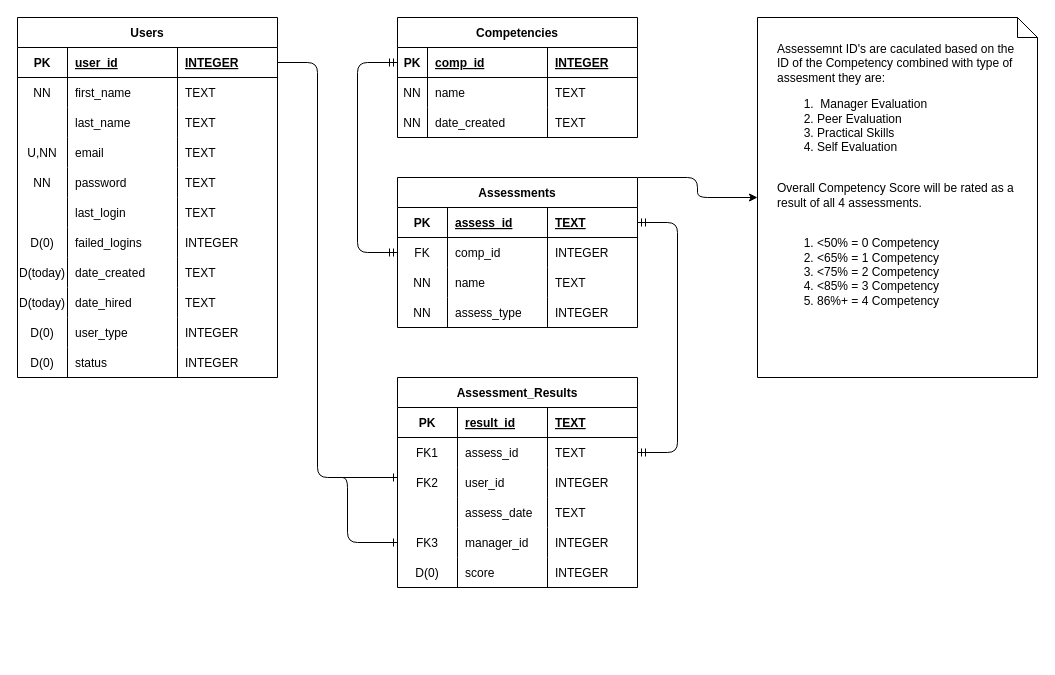
darthcircuit/capstone_project keeps this draw.io diagram as erd.drawio. Above is the earlier version. Source tidied: cells renumbered, new cells numbered last; positions are measured from the earlier drawing's top-left corner, leaving out a move shared by most shapes. Both pictures are drawn from the tidied source at 100%, with x=0, y=0 at pixel (17, 17).
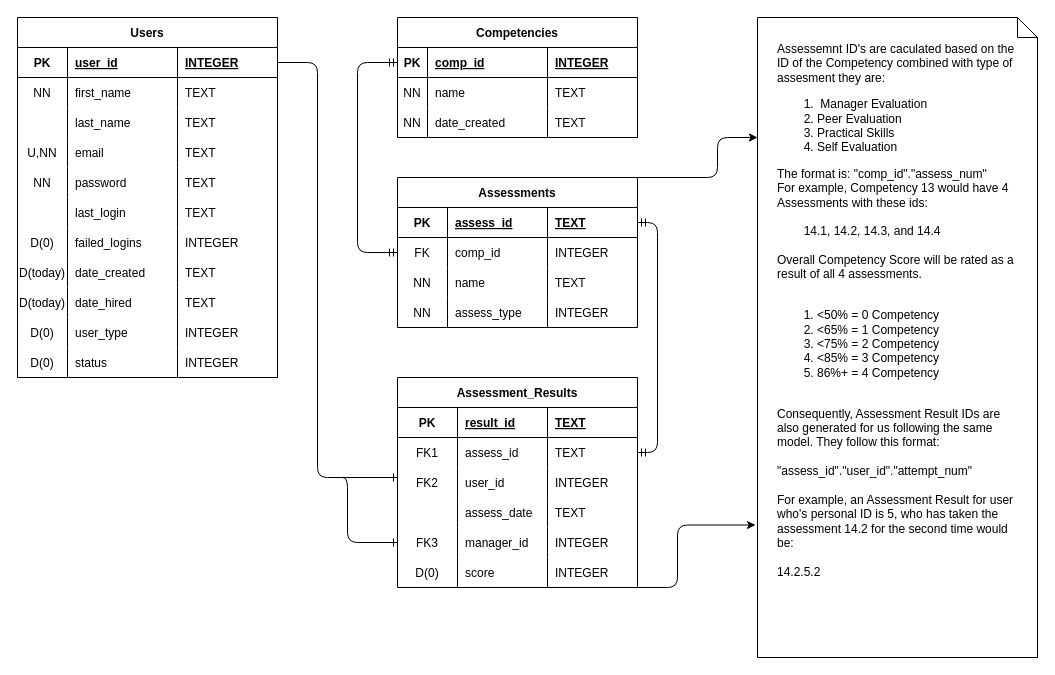
The same page after the edit.

The change refers to these unchanged cells:
```xml
<mxCell id="52" style="shape=partialRectangle;fillColor=none;top=0;left=0;bottom=0;right=0;points=[[0,0.5],[1,0.5]];portConstraint=eastwest;" parent="47" vertex="1">
  <mxGeometry y="60" width="240" height="30" as="geometry" />
</mxCell>
<mxCell id="68" style="shape=partialRectangle;fillColor=none;top=0;left=0;bottom=0;right=0;points=[[0,0.5],[1,0.5]];portConstraint=eastwest;" parent="47" vertex="1">
  <mxGeometry y="180" width="240" height="30" as="geometry" />
</mxCell>
<mxCell id="86" value="Assessments" style="shape=table;startSize=30;childLayout=tableLayout;rowLines=0;fontStyle=1;align=center;" parent="1" vertex="1">
  <mxGeometry x="380" y="160" width="240" height="150" as="geometry" />
</mxCell>
<mxCell id="87" style="shape=partialRectangle;fillColor=none;top=0;left=0;bottom=1;right=0;points=[[0,0.5],[1,0.5]];portConstraint=eastwest;" parent="86" vertex="1">
  <mxGeometry y="30" width="240" height="30" as="geometry" />
</mxCell>
```

Diff of the diagram source:
```diff
@@
     <mxCell id="85" style="edgeStyle=elbowEdgeStyle;html=1;exitX=1;exitY=0;exitDx=0;exitDy=0;" parent="1" edge="1" source="86" target="105">
-      <mxGeometry relative="1" as="geometry" />
+      <mxGeometry relative="1" as="geometry">
+        <Array as="points">
+          <mxPoint x="700" y="120" />
+          <mxPoint x="660" y="200" />
+          <mxPoint x="660" y="170" />
+        </Array>
+      </mxGeometry>
     </mxCell>
@@
     <mxCell id="103" style="edgeStyle=elbowEdgeStyle;fontSize=12;html=1;endArrow=ERmandOne;startArrow=ERmandOne;entryX=1;entryY=0.5;entryDx=0;entryDy=0;" parent="1" edge="1" source="52" target="87">
       <mxGeometry relative="1" as="geometry">
         <Array as="points">
+          <mxPoint x="640" y="300" />
+          <mxPoint x="630" y="360" />
+          <mxPoint x="640" y="330" />
           <mxPoint x="660" y="350" />
           <mxPoint x="670" y="350" />
         </Array>
       </mxGeometry>
     </mxCell>
@@
-    <mxCell id="105" value="Assessemnt ID's are caculated based on the ID of the Competency combined with type of assesment they are:&lt;br&gt;&lt;ol&gt;&lt;li style=&quot;&quot;&gt;&lt;span&gt;&amp;nbsp;Manager Evaluation&lt;/span&gt;&lt;br&gt;&lt;/li&gt;&lt;li style=&quot;&quot;&gt;Peer Evaluation&lt;/li&gt;&lt;li style=&quot;&quot;&gt;Practical Skills&lt;/li&gt;&lt;li style=&quot;&quot;&gt;Self Evaluation&lt;/li&gt;&lt;/ol&gt;&lt;br&gt;Overall Competency Score will be rated as a result of all 4 assessments.&lt;br&gt;&lt;br&gt;&lt;ol&gt;&lt;li style=&quot;&quot;&gt;&amp;lt;50% = 0 Competency&lt;/li&gt;&lt;li style=&quot;&quot;&gt;&amp;lt;65% = 1 Competency&lt;/li&gt;&lt;li style=&quot;&quot;&gt;&amp;lt;75% = 2 Competency&lt;/li&gt;&lt;li style=&quot;&quot;&gt;&amp;lt;85% = 3 Competency&lt;/li&gt;&lt;li style=&quot;&quot;&gt;86%+ = 4 Competency&lt;/li&gt;&lt;/ol&gt;" style="shape=note;size=20;html=1;align=left;verticalAlign=top;whiteSpace=wrap;spacing=20;" parent="1" vertex="1">
-      <mxGeometry x="740" width="280" height="360" as="geometry" />
+    <mxCell id="105" value="Assessemnt ID's are caculated based on the ID of the Competency combined with type of assesment they are:&lt;br&gt;&lt;ol&gt;&lt;li&gt;&lt;span&gt;&amp;nbsp;Manager Evaluation&lt;/span&gt;&lt;br&gt;&lt;/li&gt;&lt;li&gt;Peer Evaluation&lt;/li&gt;&lt;li&gt;Practical Skills&lt;/li&gt;&lt;li&gt;Self Evaluation&lt;/li&gt;&lt;/ol&gt;&lt;div&gt;The format is: &quot;comp_id&quot;.&quot;assess_num&quot;&lt;/div&gt;&lt;div&gt;For example, Competency 13 would have 4 Assessments with these ids:&lt;br&gt;&lt;br&gt;&lt;span style=&quot;white-space: pre&quot;&gt;&#9;&lt;/span&gt;14.1, 14.2, 14.3, and 14.4&lt;br&gt;&lt;/div&gt;&lt;br&gt;Overall Competency Score will be rated as a result of all 4 assessments.&lt;br&gt;&lt;br&gt;&lt;ol&gt;&lt;li&gt;&amp;lt;50% = 0 Competency&lt;/li&gt;&lt;li&gt;&amp;lt;65% = 1 Competency&lt;/li&gt;&lt;li&gt;&amp;lt;75% = 2 Competency&lt;/li&gt;&lt;li&gt;&amp;lt;85% = 3 Competency&lt;/li&gt;&lt;li&gt;86%+ = 4 Competency&lt;/li&gt;&lt;/ol&gt;&lt;div&gt;&lt;br&gt;&lt;/div&gt;&lt;div&gt;Consequently, Assessment Result IDs are also generated for us following the same model. They follow this format:&lt;br&gt;&lt;br&gt;&quot;assess_id&quot;.&quot;user_id&quot;.&quot;attempt_num&quot;&lt;/div&gt;&lt;div&gt;&lt;br&gt;&lt;/div&gt;&lt;div&gt;For example, an Assessment Result for user who's personal ID is 5, who has taken the assessment 14.2 for the second time would be:&lt;br&gt;&lt;br&gt;14.2.5.2&lt;/div&gt;" style="shape=note;size=20;html=1;align=left;verticalAlign=top;whiteSpace=wrap;spacing=20;" parent="1" vertex="1">
+      <mxGeometry x="740" width="280" height="640" as="geometry" />
     </mxCell>
@@
+    <mxCell id="108" style="edgeStyle=elbowEdgeStyle;html=1;entryX=-0.007;entryY=0.793;entryDx=0;entryDy=0;entryPerimeter=0;" parent="1" edge="1" source="68" target="105">
+      <mxGeometry relative="1" as="geometry">
+        <Array as="points">
+          <mxPoint x="660" y="570" />
+          <mxPoint x="730" y="500" />
+          <mxPoint x="630" y="570" />
+          <mxPoint x="650" y="480" />
+          <mxPoint x="640" y="570" />
+          <mxPoint x="680" y="340" />
+          <mxPoint x="630" y="570" />
+          <mxPoint x="710" y="160" />
+          <mxPoint x="680" y="190" />
+        </Array>
+      </mxGeometry>
+    </mxCell>
```
